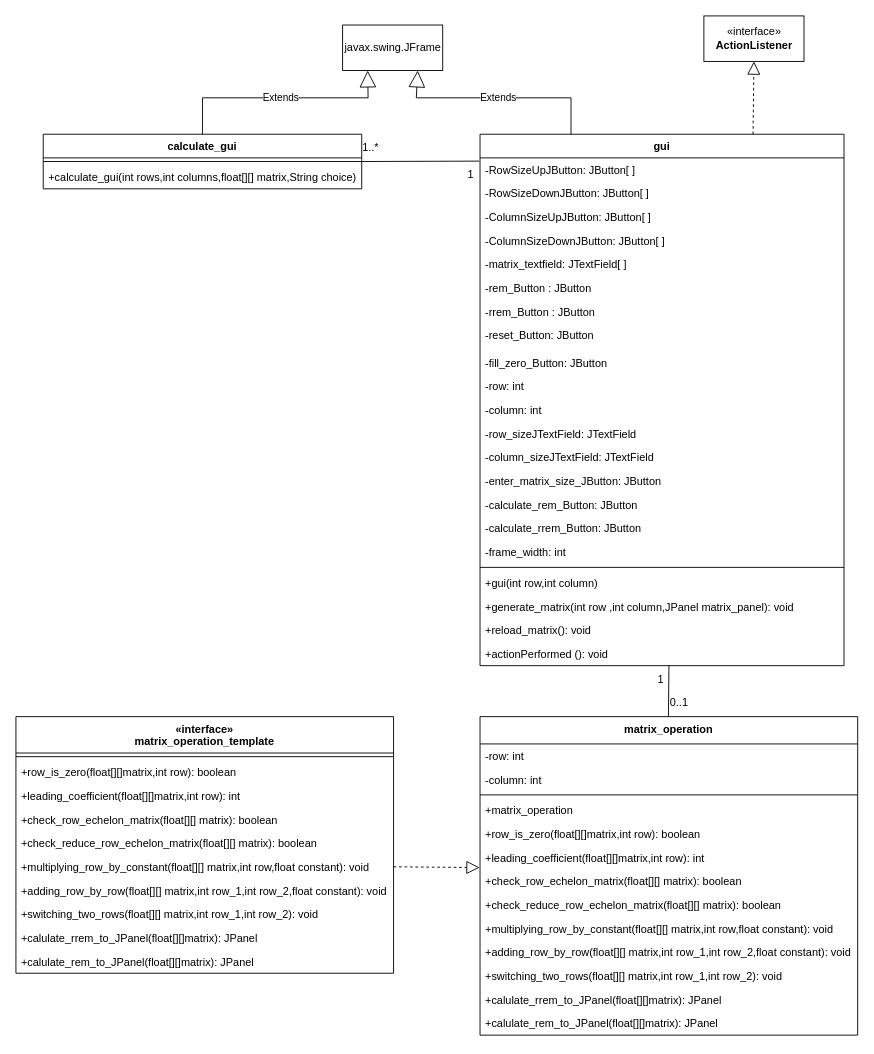
Above: final/diagram/matrix_class_diagram.drawio in lsealedl/Row_Echelon_Matrix (draw.io), before the change. Source tidied: cells renumbered, new cells numbered last; positions are measured from the earlier drawing's top-left corner, leaving out a move shared by most shapes. Both pictures are drawn from the tidied source at 91%, with x=0, y=0 at pixel (15, 15).
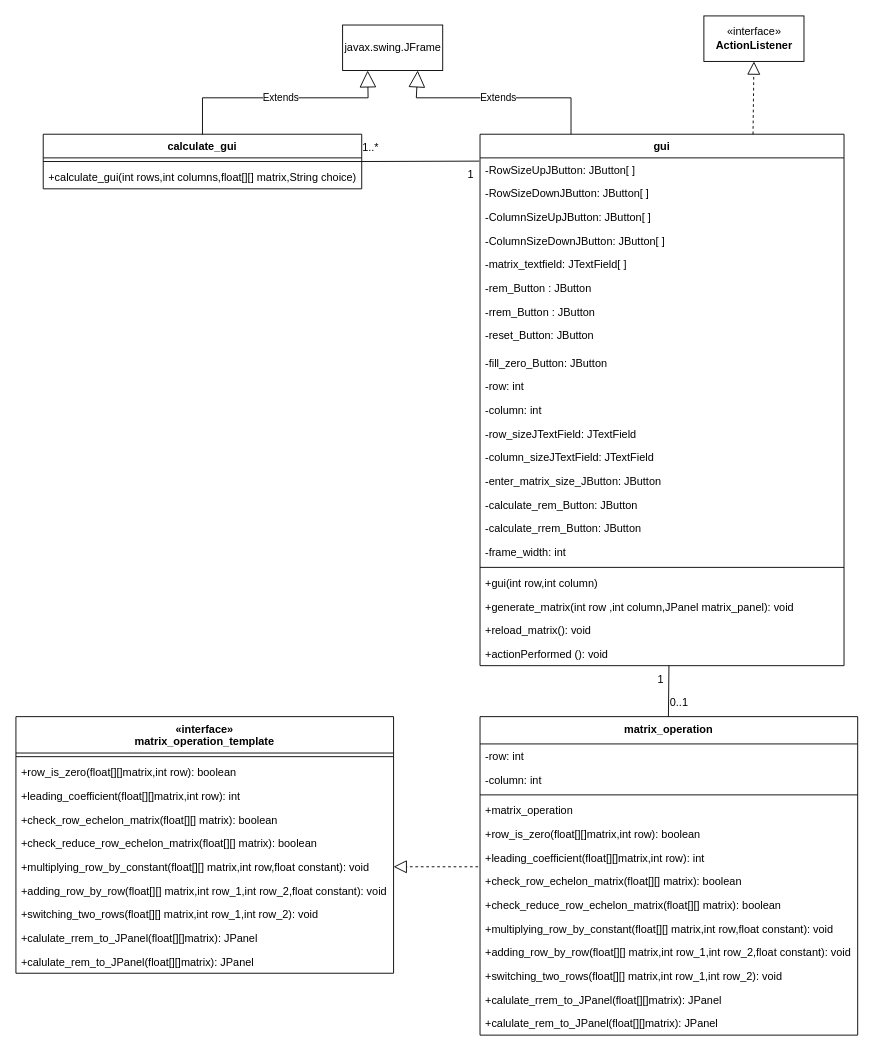
Above is the later version.

The change refers to these unchanged cells:
```xml
<mxCell id="43" value="+multiplying_row_by_constant(float[][] matrix,int row,float constant): void" style="text;strokeColor=none;fillColor=none;align=left;verticalAlign=top;spacingLeft=4;spacingRight=4;overflow=hidden;points=[[0,0.5],[1,0.5]];portConstraint=eastwest;" parent="37" vertex="1">
  <mxGeometry y="152" width="415" height="26" as="geometry" />
</mxCell>
<mxCell id="54" value="+leading_coefficient(float[][]matrix,int row): int" style="text;strokeColor=none;fillColor=none;align=left;verticalAlign=top;spacingLeft=4;spacingRight=4;overflow=hidden;points=[[0,0.5],[1,0.5]];portConstraint=eastwest;" parent="48" vertex="1">
  <mxGeometry y="142" width="415" height="26" as="geometry" />
</mxCell>
<mxCell id="55" value="+check_row_echelon_matrix(float[][] matrix): boolean" style="text;strokeColor=none;fillColor=none;align=left;verticalAlign=top;spacingLeft=4;spacingRight=4;overflow=hidden;points=[[0,0.5],[1,0.5]];portConstraint=eastwest;" parent="48" vertex="1">
  <mxGeometry y="168" width="415" height="26" as="geometry" />
</mxCell>
```

Diff of the diagram source:
```diff
@@
-    <mxCell id="30" style="endArrow=block;dashed=1;endFill=0;endSize=12;html=1;rounded=0;exitX=1;exitY=0.5;exitDx=0;exitDy=0;entryX=-0.001;entryY=-0.081;entryDx=0;entryDy=0;entryPerimeter=0;" parent="1" edge="1" source="43" target="55">
+    <mxCell id="30" style="endArrow=block;dashed=1;endFill=0;endSize=12;html=1;rounded=0;entryX=1;entryY=0.5;entryDx=0;entryDy=0;exitX=-0.005;exitY=0.885;exitDx=0;exitDy=0;exitPerimeter=0;" parent="1" edge="1" source="54" target="43">
       <mxGeometry relative="1" as="geometry" />
     </mxCell>
```
